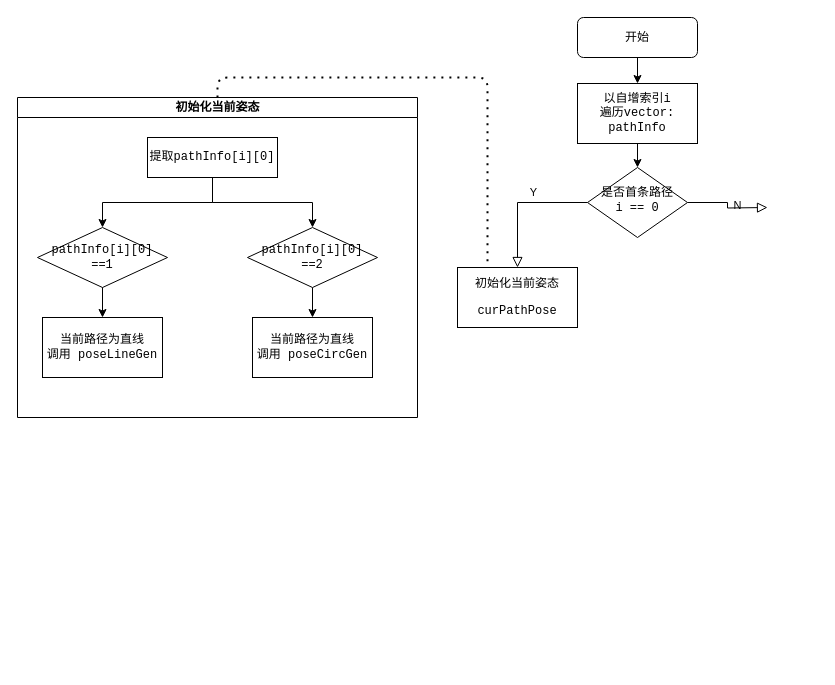
This is Untitled Diagram.drawio from liujj05/flowChart, a draw.io file, before an edit. Source tidied: cells renumbered, new cells numbered last; positions are measured from the earlier drawing's top-left corner, leaving out a move shared by most shapes. Both pictures are drawn from the tidied source at 100%, with x=0, y=0 at pixel (17, 17).
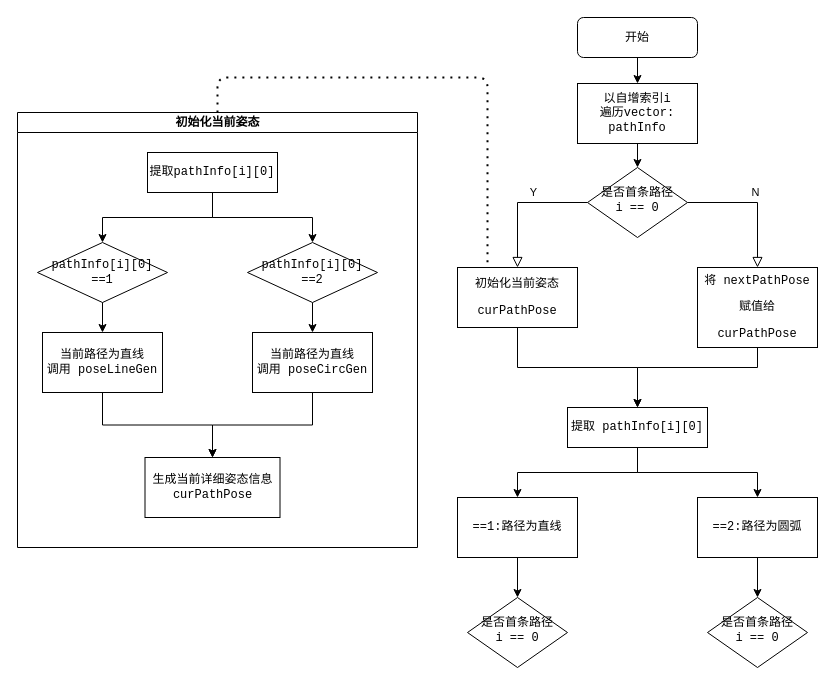
Above is the later version.

Unchanged cells that the change refers to:
```xml
<mxCell id="6" value="是否首条路径&lt;br&gt;i == 0" style="rhombus;whiteSpace=wrap;html=1;shadow=0;fontFamily=Courier New;fontSize=12;align=center;strokeWidth=1;spacing=6;spacingTop=-4;" parent="1" vertex="1">
  <mxGeometry x="570" y="150" width="100" height="70" as="geometry" />
</mxCell>
<mxCell id="7" value="&lt;p&gt;初始化当前姿态&lt;/p&gt;&lt;p&gt;curPathPose&lt;/p&gt;" style="rounded=0;whiteSpace=wrap;html=1;fontFamily=Courier New;" parent="1" vertex="1">
  <mxGeometry x="440" y="250" width="120" height="60" as="geometry" />
</mxCell>
<mxCell id="15" value="当前路径为直线&lt;br&gt;调用 poseLineGen" style="rounded=0;whiteSpace=wrap;html=1;fontFamily=Courier New;" parent="8" vertex="1">
  <mxGeometry x="25" y="220" width="120" height="60" as="geometry" />
</mxCell>
<mxCell id="17" value="当前路径为直线&lt;br&gt;调用 poseCircGen" style="rounded=0;whiteSpace=wrap;html=1;fontFamily=Courier New;" parent="8" vertex="1">
  <mxGeometry x="235" y="220" width="120" height="60" as="geometry" />
</mxCell>
```

Diff of the diagram source:
```diff
@@
-    <mxCell id="5" value="N" style="edgeStyle=orthogonalEdgeStyle;rounded=0;html=1;jettySize=auto;fontSize=11;endArrow=block;endFill=0;endSize=8;strokeWidth=1;shadow=0;labelBackgroundColor=none;" parent="1" edge="1" source="6">
-      <mxGeometry y="10" relative="1" as="geometry">
-        <mxPoint x="750" y="190" as="targetPoint" />
-      </mxGeometry>
+    <mxCell id="5" value="N" style="edgeStyle=orthogonalEdgeStyle;rounded=0;html=1;jettySize=auto;fontSize=11;endArrow=block;endFill=0;endSize=8;strokeWidth=1;shadow=0;labelBackgroundColor=none;entryX=0.5;entryY=0;entryDx=0;entryDy=0;" parent="1" edge="1" source="6" target="26">
+      <mxGeometry y="10" relative="1" as="geometry" />
     </mxCell>
@@
+    <mxCell id="21" style="edgeStyle=orthogonalEdgeStyle;rounded=0;jettySize=auto;html=1;exitX=0.5;exitY=1;exitDx=0;exitDy=0;entryX=0.5;entryY=0;entryDx=0;entryDy=0;fontFamily=Courier New;" parent="1" edge="1" source="7" target="29">
+      <mxGeometry relative="1" as="geometry" />
+    </mxCell>
@@
     <mxCell id="8" value="初始化当前姿态" style="swimlane;html=1;startSize=20;horizontal=1;containerType=tree;" parent="1" vertex="1">
-      <mxGeometry y="80" width="400" height="320" as="geometry" />
+      <mxGeometry y="95" width="400" height="435" as="geometry" />
     </mxCell>
@@
+    <mxCell id="22" style="edgeStyle=orthogonalEdgeStyle;rounded=0;jettySize=auto;html=1;exitX=0.5;exitY=1;exitDx=0;exitDy=0;entryX=0.5;entryY=0;entryDx=0;entryDy=0;fontFamily=Courier New;" parent="8" edge="1" source="15" target="24">
+      <mxGeometry relative="1" as="geometry" />
+    </mxCell>
@@
+    <mxCell id="23" style="edgeStyle=orthogonalEdgeStyle;rounded=0;jettySize=auto;html=1;exitX=0.5;exitY=1;exitDx=0;exitDy=0;entryX=0.5;entryY=0;entryDx=0;entryDy=0;fontFamily=Courier New;" parent="8" edge="1" source="17" target="24">
+      <mxGeometry relative="1" as="geometry" />
+    </mxCell>
@@
+    <mxCell id="24" value="生成当前详细姿态信息&lt;br&gt;curPathPose" style="rounded=0;whiteSpace=wrap;html=1;fontFamily=Courier New;" parent="8" vertex="1">
+      <mxGeometry x="127.5" y="345" width="135" height="60" as="geometry" />
+    </mxCell>
@@
+    <mxCell id="25" style="edgeStyle=orthogonalEdgeStyle;rounded=0;jettySize=auto;html=1;exitX=0.5;exitY=1;exitDx=0;exitDy=0;entryX=0.5;entryY=0;entryDx=0;entryDy=0;fontFamily=Courier New;" parent="1" edge="1" source="26" target="29">
+      <mxGeometry relative="1" as="geometry">
+        <Array as="points">
+          <mxPoint x="740" y="350" />
+          <mxPoint x="620" y="350" />
+        </Array>
+      </mxGeometry>
+    </mxCell>
+    <mxCell id="26" value="&lt;p&gt;将 nextPathPose&lt;/p&gt;&lt;p&gt;赋值给&lt;/p&gt;&lt;p&gt;curPathPose&lt;/p&gt;" style="rounded=0;whiteSpace=wrap;html=1;fontFamily=Courier New;" parent="1" vertex="1">
+      <mxGeometry x="680" y="250" width="120" height="80" as="geometry" />
+    </mxCell>
+    <mxCell id="27" style="edgeStyle=orthogonalEdgeStyle;rounded=0;jettySize=auto;html=1;exitX=0.5;exitY=1;exitDx=0;exitDy=0;entryX=0.5;entryY=0;entryDx=0;entryDy=0;fontFamily=Courier New;" parent="1" edge="1" source="29" target="31">
+      <mxGeometry relative="1" as="geometry" />
+    </mxCell>
+    <mxCell id="28" style="edgeStyle=orthogonalEdgeStyle;rounded=0;jettySize=auto;html=1;exitX=0.5;exitY=1;exitDx=0;exitDy=0;entryX=0.5;entryY=0;entryDx=0;entryDy=0;fontFamily=Courier New;" parent="1" edge="1" source="29" target="33">
+      <mxGeometry relative="1" as="geometry" />
+    </mxCell>
+    <mxCell id="29" value="提取 pathInfo[i][0]" style="rounded=0;whiteSpace=wrap;html=1;fontFamily=Courier New;" parent="1" vertex="1">
+      <mxGeometry x="550" y="390" width="140" height="40" as="geometry" />
+    </mxCell>
+    <mxCell id="30" style="edgeStyle=orthogonalEdgeStyle;rounded=0;jettySize=auto;html=1;exitX=0.5;exitY=1;exitDx=0;exitDy=0;entryX=0.5;entryY=0;entryDx=0;entryDy=0;fontFamily=Courier New;" parent="1" edge="1" source="31" target="34">
+      <mxGeometry relative="1" as="geometry" />
+    </mxCell>
+    <mxCell id="31" value="==1:路径为直线" style="rounded=0;whiteSpace=wrap;html=1;fontFamily=Courier New;" parent="1" vertex="1">
+      <mxGeometry x="440" y="480" width="120" height="60" as="geometry" />
+    </mxCell>
+    <mxCell id="32" style="edgeStyle=orthogonalEdgeStyle;rounded=0;jettySize=auto;html=1;exitX=0.5;exitY=1;exitDx=0;exitDy=0;entryX=0.5;entryY=0;entryDx=0;entryDy=0;fontFamily=Courier New;" parent="1" edge="1" source="33" target="35">
+      <mxGeometry relative="1" as="geometry" />
+    </mxCell>
+    <mxCell id="33" value="==2:路径为圆弧" style="rounded=0;whiteSpace=wrap;html=1;fontFamily=Courier New;" parent="1" vertex="1">
+      <mxGeometry x="680" y="480" width="120" height="60" as="geometry" />
+    </mxCell>
+    <mxCell id="34" value="是否首条路径&lt;br&gt;i == 0" style="rhombus;whiteSpace=wrap;html=1;shadow=0;fontFamily=Courier New;fontSize=12;align=center;strokeWidth=1;spacing=6;spacingTop=-4;" parent="1" vertex="1">
+      <mxGeometry x="450" y="580" width="100" height="70" as="geometry" />
+    </mxCell>
+    <mxCell id="35" value="是否首条路径&lt;br&gt;i == 0" style="rhombus;whiteSpace=wrap;html=1;shadow=0;fontFamily=Courier New;fontSize=12;align=center;strokeWidth=1;spacing=6;spacingTop=-4;" parent="1" vertex="1">
+      <mxGeometry x="690" y="580" width="100" height="70" as="geometry" />
+    </mxCell>
```
